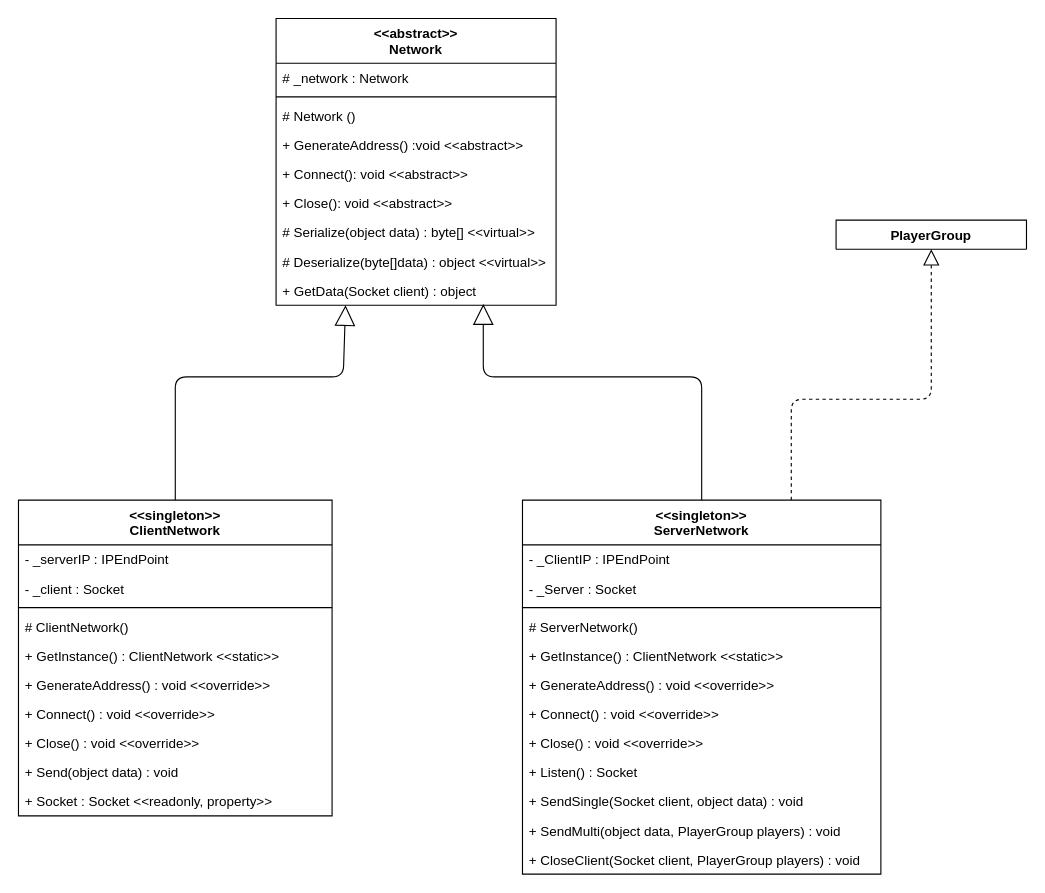
Earlier version of the draw.io diagram Documentation/UML/Networking.drawio (Jiruu246/Exploding_Kittens). Source tidied: cells renumbered, new cells numbered last; positions are measured from the earlier drawing's top-left corner, leaving out a move shared by most shapes. Both pictures are drawn from the tidied source at 112%, with x=0, y=0 at pixel (18, 18).
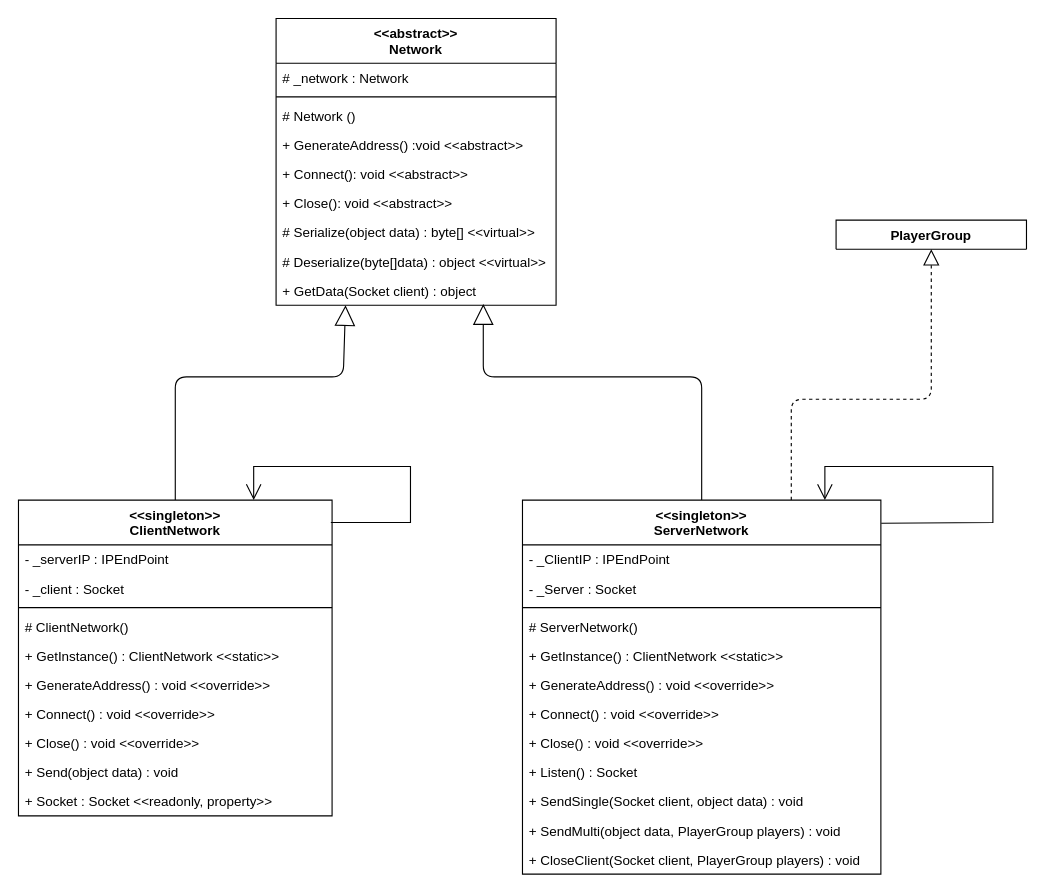
The same diagram, later.

The change refers to these unchanged cells:
```xml
<mxCell id="12" value="&lt;&lt;singleton&gt;&gt;&#10;ClientNetwork" style="swimlane;fontStyle=1;align=center;verticalAlign=top;horizontal=1;startSize=40;" parent="1" vertex="1">
  <mxGeometry y="430" width="280" height="282" as="geometry" />
</mxCell>
<mxCell id="24" value="&lt;&lt;singleton&gt;&gt;&#10;ServerNetwork" style="swimlane;fontStyle=1;align=center;verticalAlign=top;horizontal=1;startSize=40;" parent="1" vertex="1">
  <mxGeometry x="450" y="430" width="320" height="334" as="geometry" />
</mxCell>
```

What changed in the source:
```diff
@@
+    <mxCell id="40" style="endArrow=open;endFill=1;endSize=12;html=1;rounded=0;exitX=0.996;exitY=0.071;exitDx=0;exitDy=0;exitPerimeter=0;entryX=0.75;entryY=0;entryDx=0;entryDy=0;" parent="1" edge="1" source="12" target="12">
+      <mxGeometry relative="1" as="geometry">
+        <Array as="points">
+          <mxPoint x="350" y="450" />
+          <mxPoint x="350" y="400" />
+          <mxPoint x="210" y="400" />
+        </Array>
+      </mxGeometry>
+    </mxCell>
+    <mxCell id="41" style="endArrow=open;endFill=1;endSize=12;html=1;rounded=0;exitX=1.001;exitY=0.062;exitDx=0;exitDy=0;exitPerimeter=0;entryX=0.75;entryY=0;entryDx=0;entryDy=0;" parent="1" edge="1" source="24">
+      <mxGeometry relative="1" as="geometry">
+        <mxPoint x="720" y="430" as="targetPoint" />
+        <Array as="points">
+          <mxPoint x="870" y="450" />
+          <mxPoint x="870" y="400" />
+          <mxPoint x="720" y="400" />
+        </Array>
+      </mxGeometry>
+    </mxCell>
```
